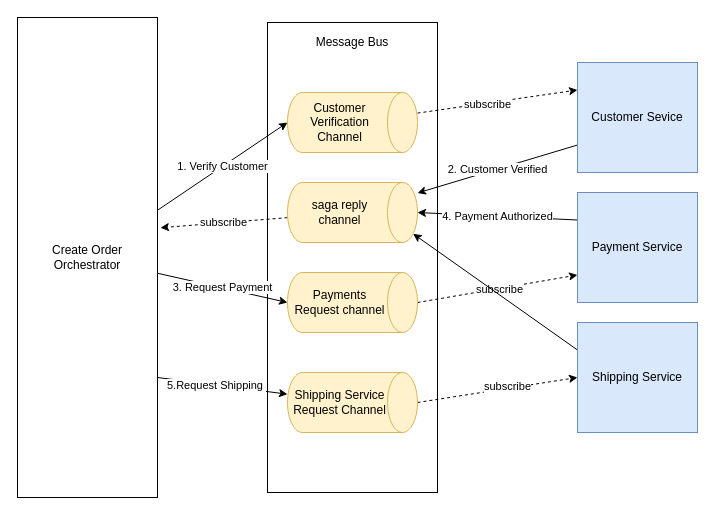
Above: resources/orchestration.drawio in rgyani/microservice-patterns (draw.io), before the change. Source tidied: cells renumbered, new cells numbered last; positions are measured from the earlier drawing's top-left corner, leaving out a move shared by most shapes. Both pictures are drawn from the tidied source at 100%, with x=0, y=0 at pixel (17, 17).
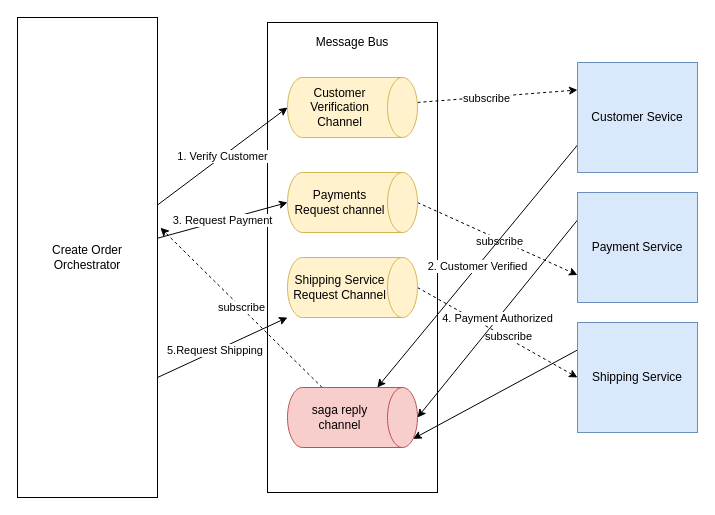
Above is the later version.

The edit, as a diff of the source:
```diff
@@
     <mxCell id="7" value="Customer Verification Channel" style="shape=cylinder3;whiteSpace=wrap;html=1;boundedLbl=1;backgroundOutline=1;size=15;direction=south;fillColor=#fff2cc;strokeColor=#d6b656;" parent="1" vertex="1">
-      <mxGeometry x="270" y="75" width="130" height="60" as="geometry" />
+      <mxGeometry x="270" y="60" width="130" height="60" as="geometry" />
     </mxCell>
@@
-    <mxCell id="9" value="saga reply channel" style="shape=cylinder3;whiteSpace=wrap;html=1;boundedLbl=1;backgroundOutline=1;size=15;direction=south;fillColor=#fff2cc;strokeColor=#d6b656;" parent="1" vertex="1">
-      <mxGeometry x="270" y="165" width="130" height="60" as="geometry" />
+    <mxCell id="9" value="saga reply channel" style="shape=cylinder3;whiteSpace=wrap;html=1;boundedLbl=1;backgroundOutline=1;size=15;direction=south;fillColor=#f8cecc;strokeColor=#b85450;" parent="1" vertex="1">
+      <mxGeometry x="270" y="370" width="130" height="60" as="geometry" />
     </mxCell>
@@
     <mxCell id="12" value="Payments Request channel" style="shape=cylinder3;whiteSpace=wrap;html=1;boundedLbl=1;backgroundOutline=1;size=15;direction=south;fillColor=#fff2cc;strokeColor=#d6b656;" parent="1" vertex="1">
-      <mxGeometry x="270" y="255" width="130" height="60" as="geometry" />
+      <mxGeometry x="270" y="155" width="130" height="60" as="geometry" />
     </mxCell>
@@
     <mxCell id="15" value="Shipping Service Request Channel" style="shape=cylinder3;whiteSpace=wrap;html=1;boundedLbl=1;backgroundOutline=1;size=15;direction=south;fillColor=#fff2cc;strokeColor=#d6b656;" parent="1" vertex="1">
-      <mxGeometry x="270" y="355" width="130" height="60" as="geometry" />
+      <mxGeometry x="270" y="240" width="130" height="60" as="geometry" />
     </mxCell>
```
